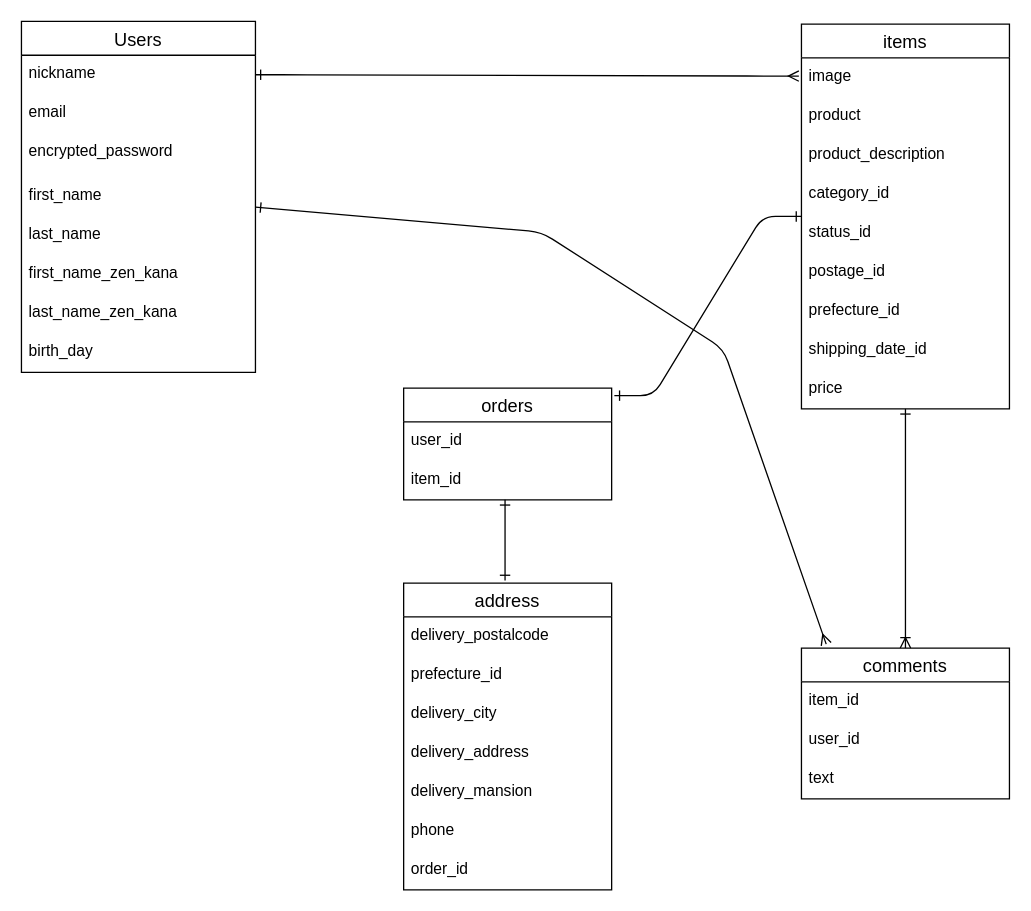
Before: furima_ER.dio in testarossa0214/furima-35903, a draw.io diagram. Source tidied: cells renumbered, new cells numbered last; positions are measured from the earlier drawing's top-left corner, leaving out a move shared by most shapes. Both pictures are drawn from the tidied source at 130%, with x=0, y=0 at pixel (21, 21).
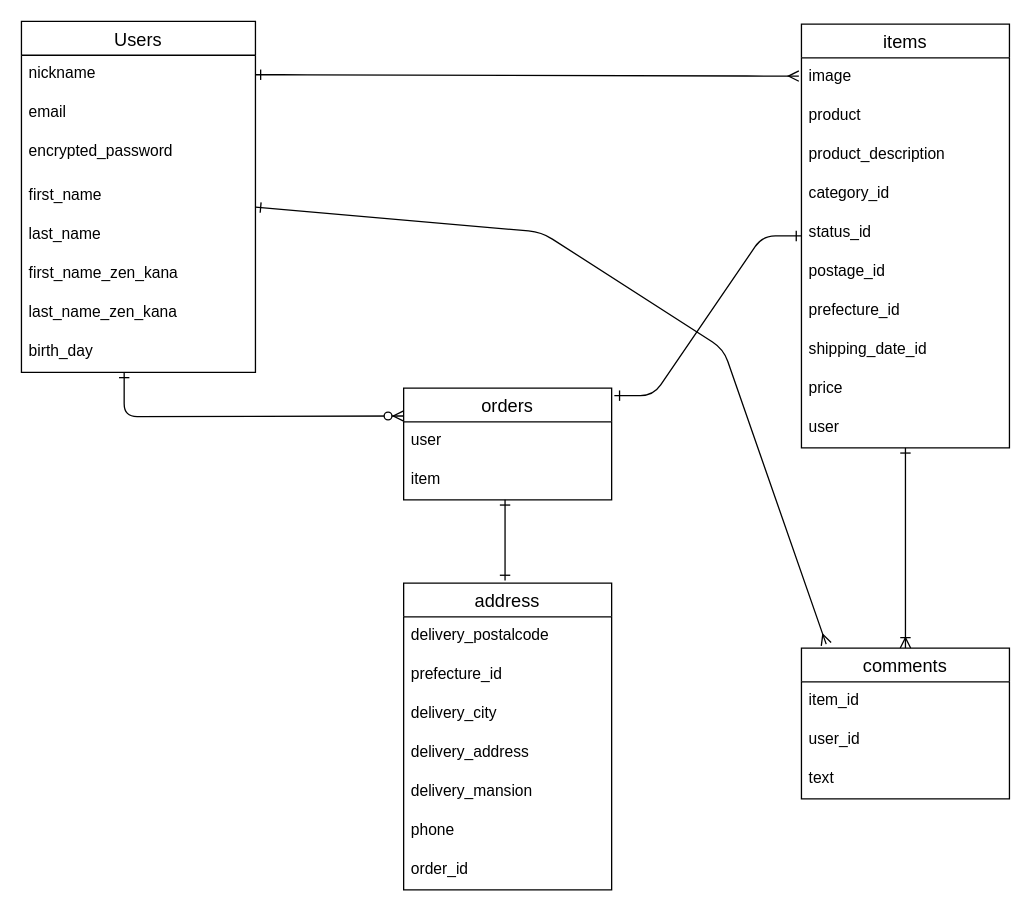
The same page after the edit.

Commit message (it also covers changes not shown here):
ER図、README修正3

The change refers to these unchanged cells:
```xml
<mxCell id="10" value="birth_day" style="text;strokeColor=none;fillColor=none;spacingLeft=4;spacingRight=4;overflow=hidden;points=[[0,0.5],[1,0.5]];portConstraint=eastwest;fontSize=12;" parent="2" vertex="1">
  <mxGeometry y="240" width="180" height="30" as="geometry" />
</mxCell>
<mxCell id="21" value="orders" style="swimlane;fontStyle=0;horizontal=1;startSize=26;align=center;fontSize=14;" parent="1" vertex="1">
  <mxGeometry x="294" y="282" width="160" height="86" as="geometry" />
</mxCell>
```

Diff of the diagram source:
```diff
@@
     <mxCell id="11" value="items" style="swimlane;fontStyle=0;horizontal=1;startSize=26;align=center;fontSize=14;" parent="1" vertex="1">
-      <mxGeometry x="600" y="2" width="160" height="296" as="geometry" />
+      <mxGeometry x="600" y="2" width="160" height="326" as="geometry" />
     </mxCell>
@@
+    <mxCell id="41" value="user" style="text;strokeColor=none;fillColor=none;spacingLeft=4;spacingRight=4;overflow=hidden;fontSize=12;" parent="11" vertex="1">
+      <mxGeometry y="296" width="160" height="30" as="geometry" />
+    </mxCell>
@@
-    <mxCell id="22" value="user_id" style="text;strokeColor=none;fillColor=none;spacingLeft=4;spacingRight=4;overflow=hidden;fontSize=12;" parent="21" vertex="1">
+    <mxCell id="22" value="user" style="text;strokeColor=none;fillColor=none;spacingLeft=4;spacingRight=4;overflow=hidden;fontSize=12;" parent="21" vertex="1">
       <mxGeometry y="26" width="160" height="30" as="geometry" />
     </mxCell>
-    <mxCell id="23" value="item_id" style="text;strokeColor=none;fillColor=none;spacingLeft=4;spacingRight=4;overflow=hidden;fontSize=12;" parent="21" vertex="1">
+    <mxCell id="23" value="item" style="text;strokeColor=none;fillColor=none;spacingLeft=4;spacingRight=4;overflow=hidden;fontSize=12;" parent="21" vertex="1">
       <mxGeometry y="56" width="160" height="30" as="geometry" />
     </mxCell>
@@
+    <mxCell id="42" style="fontSize=12;html=1;endArrow=ERzeroToMany;startArrow=ERone;exitX=0.439;exitY=1;exitDx=0;exitDy=0;exitPerimeter=0;entryX=0;entryY=0.25;entryDx=0;entryDy=0;startFill=0;" parent="1" edge="1" source="10" target="21">
+      <mxGeometry relative="1" as="geometry">
+        <Array as="points">
+          <mxPoint x="79" y="304" />
+        </Array>
+      </mxGeometry>
+    </mxCell>
```
